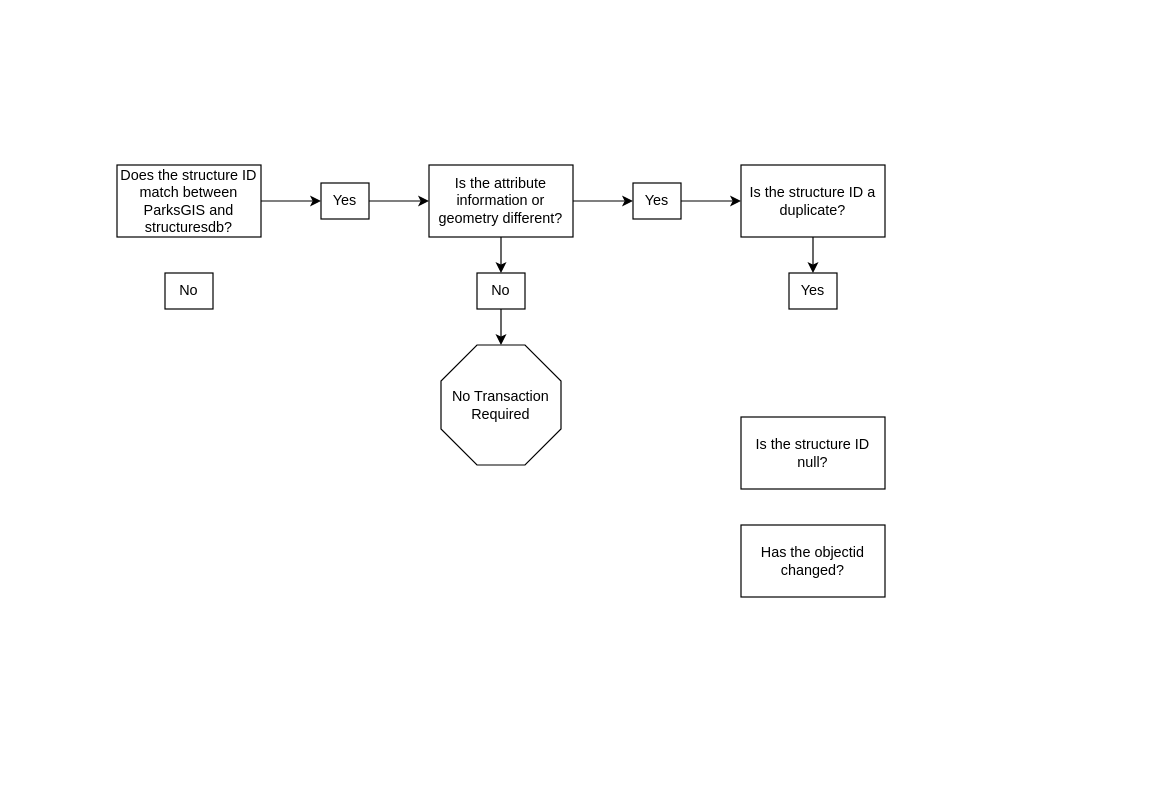
Above: sp_m_tbl_park_structures.drawio in NYCParks-data/Structures (draw.io), before the change. Source tidied: cells renumbered, new cells numbered last; positions are measured from the earlier drawing's top-left corner, leaving out a move shared by most shapes. Both pictures are drawn from the tidied source at 120%, with x=0, y=0 at pixel (116, 164).
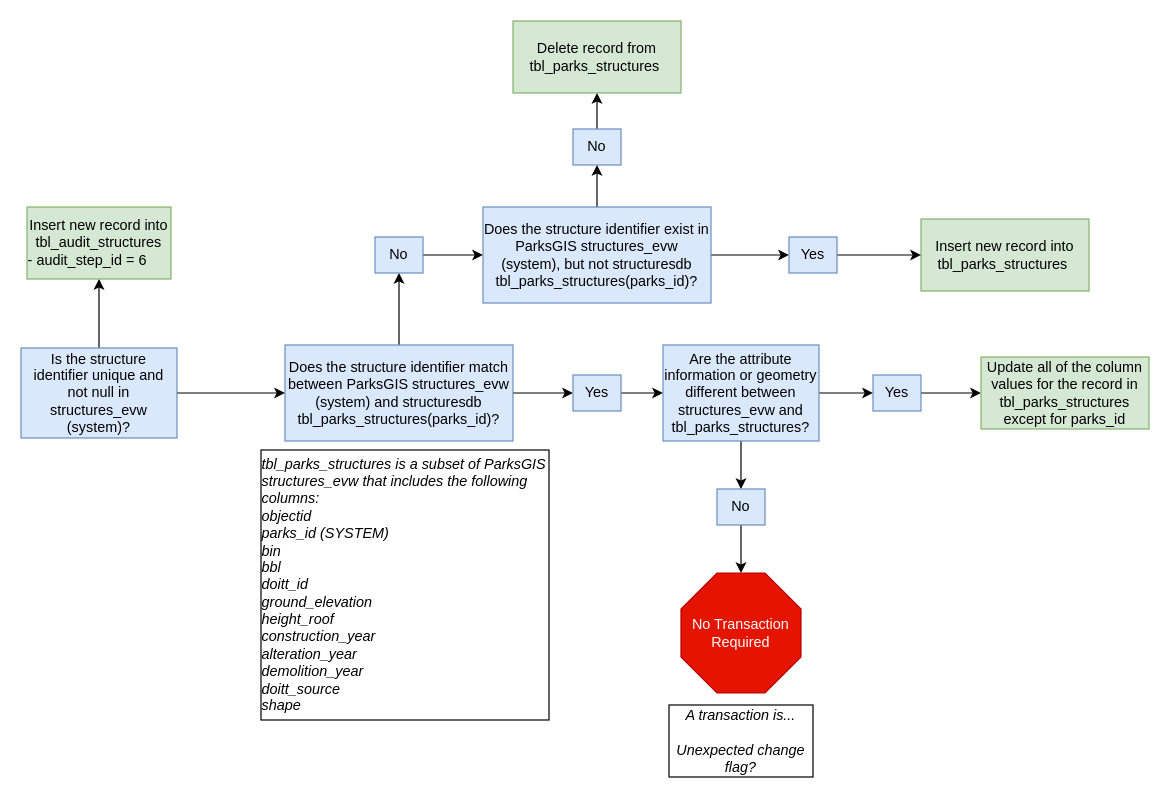
Above is the later version.

The edit, as a diff of the source:
```diff
@@
+    <mxCell id="20" style="edgeStyle=orthogonalEdgeStyle;rounded=0;jettySize=auto;html=1;exitX=0.5;exitY=0;exitDx=0;exitDy=0;entryX=0.5;entryY=1;entryDx=0;entryDy=0;" parent="1" edge="1" source="3" target="6">
+      <mxGeometry relative="1" as="geometry" />
+    </mxCell>
-    <mxCell id="3" value="Does the structure ID match between ParksGIS and structuresdb?" style="rounded=0;whiteSpace=wrap;html=1;" parent="1" vertex="1">
-      <mxGeometry width="120" height="60" as="geometry" />
+    <mxCell id="3" value="Does the structure identifier match between ParksGIS structures_evw (system) and structuresdb tbl_parks_structures(parks_id)?" style="rounded=0;whiteSpace=wrap;html=1;fillColor=#dae8fc;strokeColor=#6c8ebf;" parent="1" vertex="1">
+      <mxGeometry x="140" y="150" width="190" height="80" as="geometry" />
     </mxCell>
@@
-    <mxCell id="5" value="Yes" style="rounded=0;whiteSpace=wrap;html=1;" parent="1" vertex="1">
-      <mxGeometry x="170" y="15" width="40" height="30" as="geometry" />
+    <mxCell id="5" value="Yes" style="rounded=0;whiteSpace=wrap;html=1;fillColor=#dae8fc;strokeColor=#6c8ebf;" parent="1" vertex="1">
+      <mxGeometry x="380" y="175" width="40" height="30" as="geometry" />
     </mxCell>
+    <mxCell id="21" style="edgeStyle=orthogonalEdgeStyle;rounded=0;jettySize=auto;html=1;exitX=1;exitY=0.5;exitDx=0;exitDy=0;entryX=0;entryY=0.5;entryDx=0;entryDy=0;" parent="1" edge="1" source="6" target="28">
+      <mxGeometry relative="1" as="geometry" />
+    </mxCell>
-    <mxCell id="6" value="No" style="rounded=0;whiteSpace=wrap;html=1;" parent="1" vertex="1">
-      <mxGeometry x="40" y="90" width="40" height="30" as="geometry" />
+    <mxCell id="6" value="No" style="rounded=0;whiteSpace=wrap;html=1;fillColor=#dae8fc;strokeColor=#6c8ebf;" parent="1" vertex="1">
+      <mxGeometry x="215" y="60" width="40" height="30" as="geometry" />
     </mxCell>
@@
-    <mxCell id="9" value="Is the attribute information or geometry different?" style="rounded=0;whiteSpace=wrap;html=1;" parent="1" vertex="1">
-      <mxGeometry x="260" width="120" height="60" as="geometry" />
+    <mxCell id="9" value="Are the attribute information or geometry different between structures_evw and tbl_parks_structures?" style="rounded=0;whiteSpace=wrap;html=1;fillColor=#dae8fc;strokeColor=#6c8ebf;" parent="1" vertex="1">
+      <mxGeometry x="455" y="150" width="130" height="80" as="geometry" />
     </mxCell>
-    <mxCell id="10" style="edgeStyle=orthogonalEdgeStyle;rounded=0;jettySize=auto;html=1;exitX=1;exitY=0.5;exitDx=0;exitDy=0;entryX=0;entryY=0.5;entryDx=0;entryDy=0;" parent="1" edge="1" source="11" target="16">
-      <mxGeometry relative="1" as="geometry" />
-    </mxCell>
+    <mxCell id="22" style="edgeStyle=orthogonalEdgeStyle;rounded=0;jettySize=auto;html=1;exitX=1;exitY=0.5;exitDx=0;exitDy=0;entryX=0;entryY=0.5;entryDx=0;entryDy=0;" parent="1" edge="1" source="11" target="25">
+      <mxGeometry relative="1" as="geometry" />
+    </mxCell>
-    <mxCell id="11" value="Yes" style="rounded=0;whiteSpace=wrap;html=1;" parent="1" vertex="1">
-      <mxGeometry x="430" y="15" width="40" height="30" as="geometry" />
+    <mxCell id="11" value="Yes" style="rounded=0;whiteSpace=wrap;html=1;fillColor=#dae8fc;strokeColor=#6c8ebf;" parent="1" vertex="1">
+      <mxGeometry x="630" y="175" width="40" height="30" as="geometry" />
     </mxCell>
@@
-    <mxCell id="13" value="No" style="rounded=0;whiteSpace=wrap;html=1;" parent="1" vertex="1">
-      <mxGeometry x="300" y="90" width="40" height="30" as="geometry" />
+    <mxCell id="13" value="No" style="rounded=0;whiteSpace=wrap;html=1;fillColor=#dae8fc;strokeColor=#6c8ebf;" parent="1" vertex="1">
+      <mxGeometry x="500" y="270" width="40" height="30" as="geometry" />
     </mxCell>
-    <mxCell id="14" value="No Transaction Required" style="whiteSpace=wrap;html=1;shape=mxgraph.basic.octagon2;align=center;verticalAlign=middle;dx=15;" parent="1" vertex="1">
-      <mxGeometry x="270" y="150" width="100" height="100" as="geometry" />
+    <mxCell id="14" value="No Transaction Required" style="whiteSpace=wrap;html=1;shape=mxgraph.basic.octagon2;align=center;verticalAlign=middle;dx=15;fillColor=#e51400;strokeColor=#B20000;fontColor=#ffffff;" parent="1" vertex="1">
+      <mxGeometry x="470" y="340" width="100" height="100" as="geometry" />
     </mxCell>
-    <mxCell id="15" style="edgeStyle=orthogonalEdgeStyle;rounded=0;jettySize=auto;html=1;exitX=0.5;exitY=1;exitDx=0;exitDy=0;entryX=0.5;entryY=0;entryDx=0;entryDy=0;" parent="1" edge="1" source="16" target="19">
-      <mxGeometry relative="1" as="geometry" />
-    </mxCell>
-    <mxCell id="16" value="Is the structure ID a duplicate?" style="rounded=0;whiteSpace=wrap;html=1;" parent="1" vertex="1">
-      <mxGeometry x="520" width="120" height="60" as="geometry" />
-    </mxCell>
-    <mxCell id="17" value="Is the structure ID null?" style="rounded=0;whiteSpace=wrap;html=1;" parent="1" vertex="1">
-      <mxGeometry x="520" y="210" width="120" height="60" as="geometry" />
-    </mxCell>
-    <mxCell id="18" value="Has the objectid changed?" style="rounded=0;whiteSpace=wrap;html=1;" parent="1" vertex="1">
-      <mxGeometry x="520" y="300" width="120" height="60" as="geometry" />
-    </mxCell>
+    <mxCell id="23" value="&lt;div style=&quot;text-align: left&quot;&gt;&lt;i&gt;tbl_parks_structures is a subset of ParksGIS structures_evw that includes the following columns:&lt;/i&gt;&lt;/div&gt;&lt;div style=&quot;text-align: left&quot;&gt;&lt;i&gt;objectid&lt;/i&gt;&lt;/div&gt;&lt;i&gt;&lt;div style=&quot;text-align: left&quot;&gt;&lt;i&gt;parks_id (SYSTEM)&lt;/i&gt;&lt;/div&gt;&lt;div style=&quot;text-align: left&quot;&gt;&lt;i&gt;bin&lt;/i&gt;&lt;/div&gt;&lt;div style=&quot;text-align: left&quot;&gt;&lt;i&gt;bbl&lt;/i&gt;&lt;/div&gt;&lt;div style=&quot;text-align: left&quot;&gt;&lt;i&gt;doitt_id&lt;/i&gt;&lt;/div&gt;&lt;div style=&quot;text-align: left&quot;&gt;&lt;i&gt;ground_elevation&lt;/i&gt;&lt;/div&gt;&lt;div style=&quot;text-align: left&quot;&gt;&lt;i&gt;height_roof&lt;/i&gt;&lt;/div&gt;&lt;div style=&quot;text-align: left&quot;&gt;&lt;i&gt;construction_year&lt;/i&gt;&lt;/div&gt;&lt;div style=&quot;text-align: left&quot;&gt;&lt;i&gt;alteration_year&lt;/i&gt;&lt;/div&gt;&lt;div style=&quot;text-align: left&quot;&gt;&lt;i&gt;demolition_year&lt;/i&gt;&lt;/div&gt;&lt;div style=&quot;text-align: left&quot;&gt;&lt;i&gt;doitt_source&lt;/i&gt;&lt;/div&gt;&lt;div style=&quot;text-align: left&quot;&gt;&lt;i&gt;shape&lt;/i&gt;&lt;/div&gt;&lt;/i&gt;" style="rounded=0;whiteSpace=wrap;html=1;" parent="1" vertex="1">
+      <mxGeometry x="120" y="237.5" width="240" height="225" as="geometry" />
+    </mxCell>
+    <mxCell id="24" value="A transaction is...&lt;br&gt;&lt;br&gt;Unexpected change flag?" style="rounded=0;whiteSpace=wrap;html=1;fontStyle=2;" parent="1" vertex="1">
+      <mxGeometry x="460" y="450" width="120" height="60" as="geometry" />
+    </mxCell>
+    <mxCell id="25" value="Update all of the column values for the record in tbl_parks_structures except for parks_id" style="rounded=0;whiteSpace=wrap;html=1;fillColor=#d5e8d4;strokeColor=#82b366;" parent="1" vertex="1">
+      <mxGeometry x="720" y="160" width="140" height="60" as="geometry" />
+    </mxCell>
+    <mxCell id="26" style="edgeStyle=orthogonalEdgeStyle;rounded=0;jettySize=auto;html=1;exitX=0.5;exitY=0;exitDx=0;exitDy=0;entryX=0.5;entryY=1;entryDx=0;entryDy=0;" parent="1" edge="1" source="28" target="30">
+      <mxGeometry relative="1" as="geometry" />
+    </mxCell>
+    <mxCell id="27" style="edgeStyle=orthogonalEdgeStyle;rounded=0;jettySize=auto;html=1;exitX=1;exitY=0.5;exitDx=0;exitDy=0;entryX=0;entryY=0.5;entryDx=0;entryDy=0;" parent="1" edge="1" source="28" target="19">
+      <mxGeometry relative="1" as="geometry" />
+    </mxCell>
+    <mxCell id="28" value="Does the structure identifier exist in ParksGIS structures_evw (system), but not structuresdb tbl_parks_structures(parks_id)?" style="rounded=0;whiteSpace=wrap;html=1;fillColor=#dae8fc;strokeColor=#6c8ebf;" parent="1" vertex="1">
+      <mxGeometry x="305" y="35" width="190" height="80" as="geometry" />
+    </mxCell>
+    <mxCell id="29" style="edgeStyle=orthogonalEdgeStyle;rounded=0;jettySize=auto;html=1;exitX=0.5;exitY=0;exitDx=0;exitDy=0;entryX=0.5;entryY=1;entryDx=0;entryDy=0;" parent="1" edge="1" source="30" target="31">
+      <mxGeometry relative="1" as="geometry" />
+    </mxCell>
+    <mxCell id="30" value="No" style="rounded=0;whiteSpace=wrap;html=1;fillColor=#dae8fc;strokeColor=#6c8ebf;" parent="1" vertex="1">
+      <mxGeometry x="380" y="-30" width="40" height="30" as="geometry" />
+    </mxCell>
+    <mxCell id="31" value="Delete record from tbl_parks_structures&amp;nbsp;" style="rounded=0;whiteSpace=wrap;html=1;fillColor=#d5e8d4;strokeColor=#82b366;" parent="1" vertex="1">
+      <mxGeometry x="330" y="-120" width="140" height="60" as="geometry" />
+    </mxCell>
+    <mxCell id="32" value="Insert new record into tbl_parks_structures&amp;nbsp;" style="rounded=0;whiteSpace=wrap;html=1;fillColor=#d5e8d4;strokeColor=#82b366;" parent="1" vertex="1">
+      <mxGeometry x="670" y="45" width="140" height="60" as="geometry" />
+    </mxCell>
+    <mxCell id="33" style="edgeStyle=orthogonalEdgeStyle;rounded=0;jettySize=auto;html=1;exitX=1;exitY=0.5;exitDx=0;exitDy=0;entryX=0;entryY=0.5;entryDx=0;entryDy=0;" parent="1" edge="1" source="19" target="32">
+      <mxGeometry relative="1" as="geometry" />
+    </mxCell>
-    <mxCell id="19" value="Yes" style="rounded=0;whiteSpace=wrap;html=1;" parent="1" vertex="1">
-      <mxGeometry x="560" y="90" width="40" height="30" as="geometry" />
+    <mxCell id="19" value="Yes" style="rounded=0;whiteSpace=wrap;html=1;fillColor=#dae8fc;strokeColor=#6c8ebf;" parent="1" vertex="1">
+      <mxGeometry x="560" y="60" width="40" height="30" as="geometry" />
     </mxCell>
+    <mxCell id="34" style="edgeStyle=orthogonalEdgeStyle;rounded=0;jettySize=auto;html=1;exitX=1;exitY=0.5;exitDx=0;exitDy=0;entryX=0;entryY=0.5;entryDx=0;entryDy=0;" parent="1" edge="1" source="36" target="3">
+      <mxGeometry relative="1" as="geometry" />
+    </mxCell>
+    <mxCell id="35" style="edgeStyle=orthogonalEdgeStyle;rounded=0;jettySize=auto;html=1;exitX=0.5;exitY=0;exitDx=0;exitDy=0;entryX=0.5;entryY=1;entryDx=0;entryDy=0;" parent="1" edge="1" source="36" target="37">
+      <mxGeometry relative="1" as="geometry" />
+    </mxCell>
+    <mxCell id="36" value="Is the structure identifier unique and not null in structures_evw (system)?" style="rounded=0;whiteSpace=wrap;html=1;fillColor=#dae8fc;strokeColor=#6c8ebf;" parent="1" vertex="1">
+      <mxGeometry x="-80" y="152.5" width="130" height="75" as="geometry" />
+    </mxCell>
+    <mxCell id="37" value="Insert new record into tbl_audit_structures&lt;br&gt;&lt;div style=&quot;text-align: left&quot;&gt;&lt;span&gt;- audit_step_id = 6&lt;/span&gt;&lt;/div&gt;" style="rounded=0;whiteSpace=wrap;html=1;fillColor=#d5e8d4;strokeColor=#82b366;" parent="1" vertex="1">
+      <mxGeometry x="-75" y="35" width="120" height="60" as="geometry" />
+    </mxCell>
```
